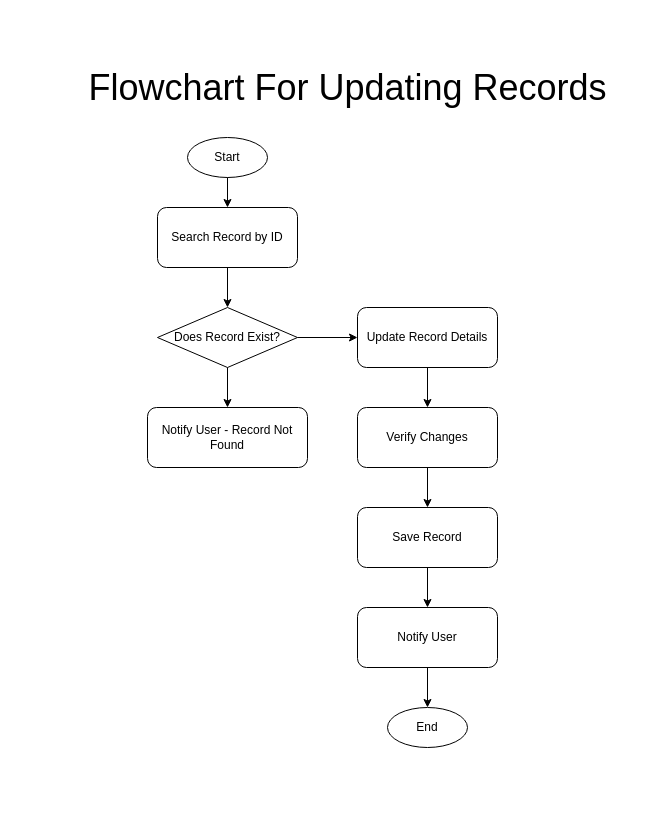
Before: flowchart3.drawio in brabentil/database_diagrams, a draw.io diagram. Source tidied: cells renumbered, new cells numbered last; positions are measured from the earlier drawing's top-left corner, leaving out a move shared by most shapes. Both pictures are drawn from the tidied source at 100%, with x=0, y=0 at pixel (77, 57).
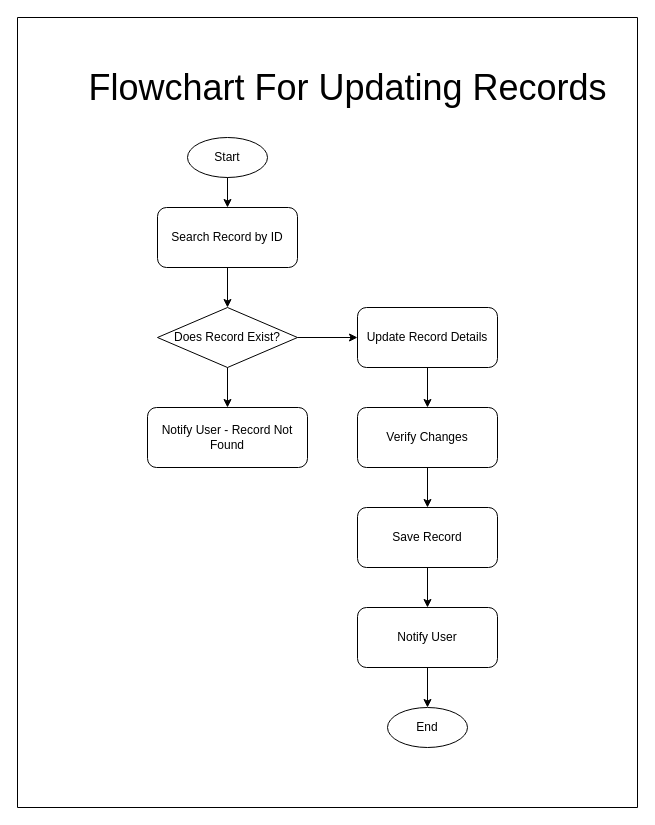
After the change.

What changed in the source:
```diff
@@
+    <mxCell id="20" style="swimlane;startSize=0;" parent="1" vertex="1">
+      <mxGeometry x="-60" y="-40" width="620" height="790" as="geometry" />
+    </mxCell>
```
